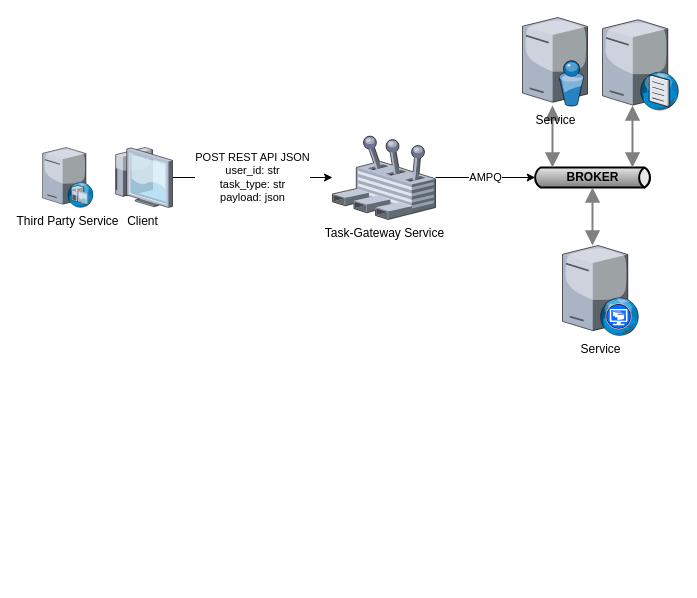
YourCarma/task-gateway keeps this draw.io diagram as docs/Context.drawio. Above is the earlier version. Source tidied: cells renumbered, new cells numbered last; positions are measured from the earlier drawing's top-left corner, leaving out a move shared by most shapes. Both pictures are drawn from the tidied source at 100%, with x=0, y=0 at pixel (42, 17).
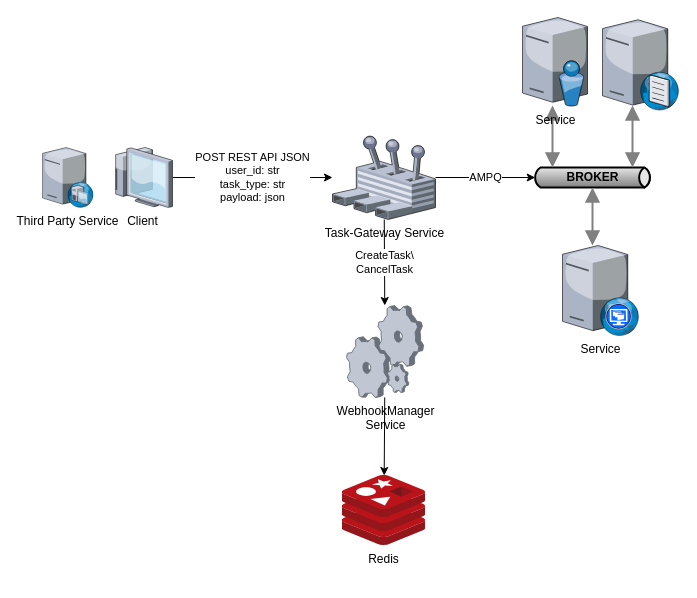
The same page after the edit.

Unchanged cells that the change refers to:
```xml
<mxCell id="5" value="Task-Gateway Service" style="verticalLabelPosition=bottom;sketch=0;html=1;verticalAlign=top;strokeColor=none;align=center;outlineConnect=0;shape=mxgraph.citrix.user_control;" parent="1" vertex="1">
  <mxGeometry x="290" y="118" width="103" height="84" as="geometry" />
</mxCell>
```

Diff of the diagram source:
```diff
@@
+    <mxCell id="15" value="CreateTask\&lt;div&gt;CancelTask&lt;/div&gt;" style="edgeStyle=none;html=1;" parent="1" edge="1" source="5" target="17">
+      <mxGeometry relative="1" as="geometry" />
+    </mxCell>
@@
+    <mxCell id="16" style="edgeStyle=none;html=1;" parent="1" edge="1" source="17" target="18">
+      <mxGeometry relative="1" as="geometry" />
+    </mxCell>
+    <mxCell id="17" value="WebhookManager&lt;div&gt;Service&lt;/div&gt;&lt;div&gt;&lt;br&gt;&lt;/div&gt;" style="verticalLabelPosition=bottom;sketch=0;html=1;verticalAlign=top;strokeColor=none;align=center;outlineConnect=0;shape=mxgraph.citrix.process;" parent="1" vertex="1">
+      <mxGeometry x="304" y="288" width="77.1" height="91.9" as="geometry" />
+    </mxCell>
+    <mxCell id="18" value="Redis&lt;div&gt;&lt;br&gt;&lt;/div&gt;" style="image;sketch=0;html=1;points=[];align=center;fontSize=12;image=img/lib/mscae/Cache_Redis_Product.svg;" parent="1" vertex="1">
+      <mxGeometry x="299.8" y="458" width="83.3" height="70" as="geometry" />
+    </mxCell>
```
